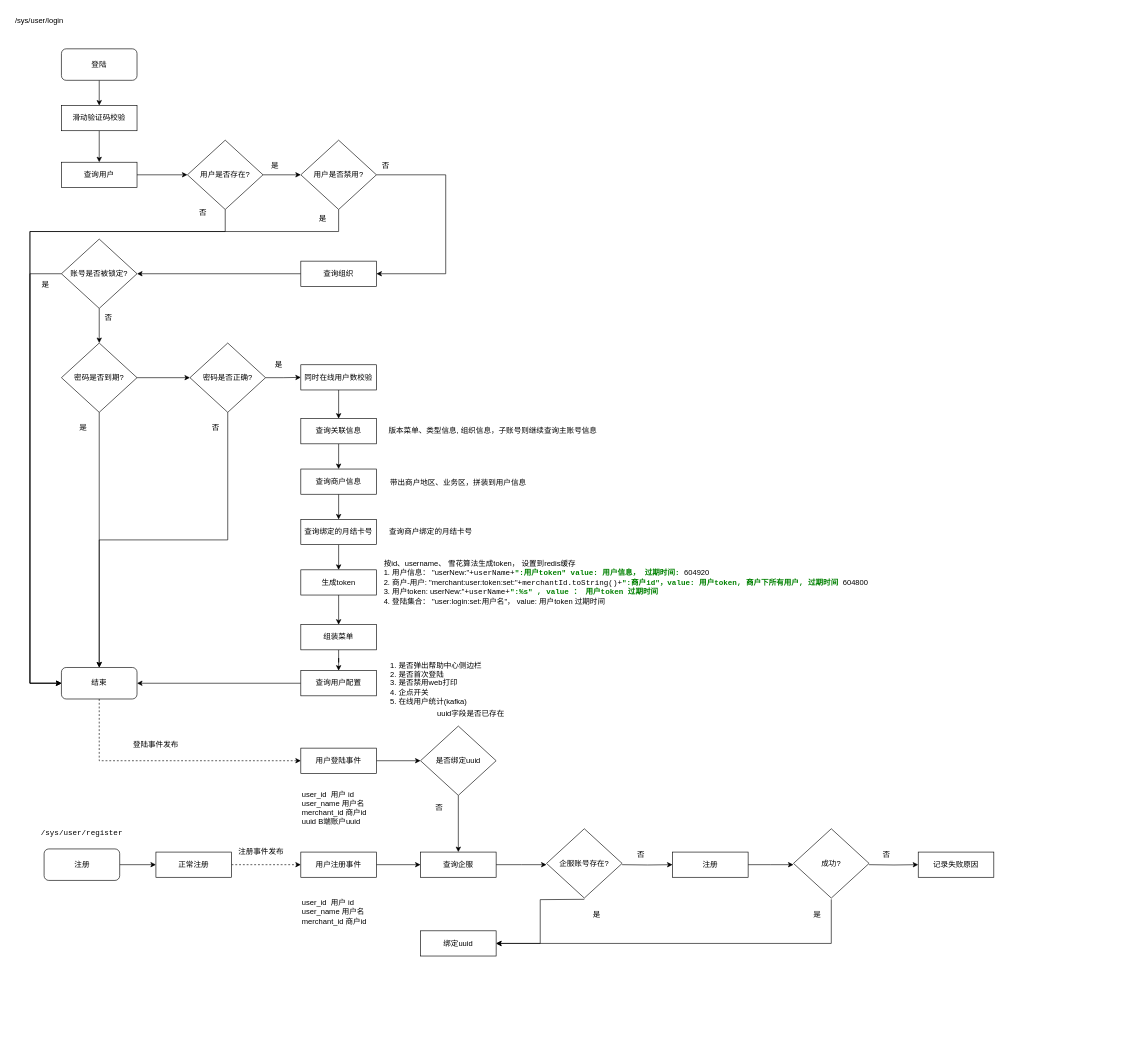
The draw.io diagram page "1.12" (13 of 13) of 导入.drawio in vvhard/draw_io, before the edit. Source tidied: cells renumbered, new cells numbered last; positions are measured from the earlier drawing's top-left corner, leaving out a move shared by most shapes. Both pictures are drawn from the tidied source at 63%, with x=0, y=0 at pixel (11, 11).
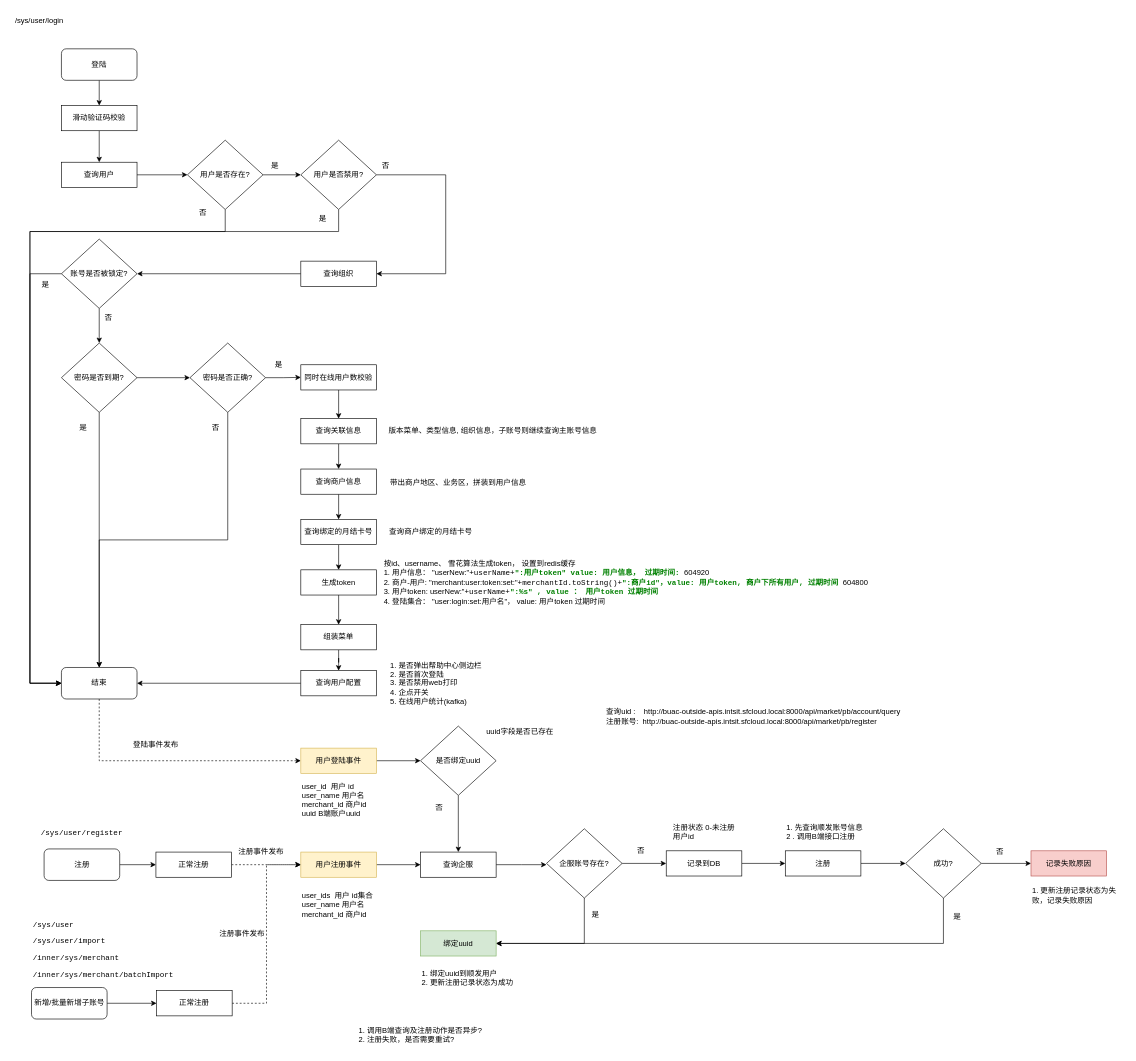
Above is the later version.

Unchanged cells that the change refers to:
```xml
<mxCell id="64" value="企服账号存在?" style="rhombus;whiteSpace=wrap;html=1;" parent="1" vertex="1">
  <mxGeometry x="850" y="1298" width="120" height="110" as="geometry" />
</mxCell>
```

Change to the diagram source:
```diff
@@
-    <mxCell id="57" value="用户登陆事件" style="rounded=0;whiteSpace=wrap;html=1;" parent="1" vertex="1">
+    <mxCell id="57" value="用户登陆事件" style="rounded=0;whiteSpace=wrap;html=1;fillColor=#fff2cc;strokeColor=#d6b656;" parent="1" vertex="1">
       <mxGeometry x="460" y="1170" width="120" height="40" as="geometry" />
     </mxCell>
@@
-    <mxCell id="62" style="edgeStyle=orthogonalEdgeStyle;rounded=0;jettySize=auto;html=1;" parent="1" edge="1" target="66">
-      <mxGeometry relative="1" as="geometry">
-        <mxPoint x="970" y="1355" as="sourcePoint" />
-      </mxGeometry>
-    </mxCell>
-    <mxCell id="63" style="edgeStyle=orthogonalEdgeStyle;rounded=0;jettySize=auto;html=1;entryX=1;entryY=0.5;entryDx=0;entryDy=0;exitX=0.5;exitY=1;exitDx=0;exitDy=0;" parent="1" edge="1" target="68">
+    <mxCell id="63" style="edgeStyle=orthogonalEdgeStyle;rounded=0;jettySize=auto;html=1;entryX=1;entryY=0.5;entryDx=0;entryDy=0;" parent="1" edge="1" source="64" target="68">
       <mxGeometry relative="1" as="geometry">
-        <mxPoint x="910" y="1410" as="sourcePoint" />
+        <Array as="points">
+          <mxPoint x="910" y="1480" />
+        </Array>
       </mxGeometry>
     </mxCell>
+    <mxCell id="89" style="edgeStyle=orthogonalEdgeStyle;rounded=0;jettySize=auto;html=1;" parent="1" edge="1" source="64" target="102">
+      <mxGeometry relative="1" as="geometry" />
+    </mxCell>
@@
-    <mxCell id="65" style="edgeStyle=orthogonalEdgeStyle;rounded=0;jettySize=auto;html=1;" parent="1" edge="1" source="66">
-      <mxGeometry relative="1" as="geometry">
-        <mxPoint x="1242" y="1355" as="targetPoint" />
-      </mxGeometry>
+    <mxCell id="65" style="edgeStyle=orthogonalEdgeStyle;rounded=0;jettySize=auto;html=1;entryX=0;entryY=0.5;entryDx=0;entryDy=0;" parent="1" edge="1" source="66" target="71">
+      <mxGeometry relative="1" as="geometry" />
     </mxCell>
     <mxCell id="66" value="注册" style="rounded=0;whiteSpace=wrap;html=1;" parent="1" vertex="1">
-      <mxGeometry x="1050" y="1335" width="120" height="40" as="geometry" />
+      <mxGeometry x="1229" y="1333" width="120" height="40" as="geometry" />
     </mxCell>
@@
-    <mxCell id="68" value="绑定uuid" style="rounded=0;whiteSpace=wrap;html=1;" parent="1" vertex="1">
+    <mxCell id="68" value="绑定uuid" style="rounded=0;whiteSpace=wrap;html=1;fillColor=#d5e8d4;strokeColor=#82b366;" parent="1" vertex="1">
       <mxGeometry x="650" y="1460" width="120" height="40" as="geometry" />
     </mxCell>
-    <mxCell id="69" style="edgeStyle=orthogonalEdgeStyle;rounded=0;jettySize=auto;html=1;entryX=1;entryY=0.5;entryDx=0;entryDy=0;exitX=0.5;exitY=1;exitDx=0;exitDy=0;" parent="1" edge="1" target="68">
-      <mxGeometry relative="1" as="geometry">
-        <mxPoint x="1302" y="1410" as="sourcePoint" />
-        <Array as="points">
-          <mxPoint x="1302" y="1480" />
-        </Array>
-      </mxGeometry>
-    </mxCell>
-    <mxCell id="70" style="edgeStyle=orthogonalEdgeStyle;rounded=0;jettySize=auto;html=1;entryX=0;entryY=0.5;entryDx=0;entryDy=0;" parent="1" edge="1" target="73">
-      <mxGeometry relative="1" as="geometry">
-        <mxPoint x="1362" y="1355" as="sourcePoint" />
-      </mxGeometry>
-    </mxCell>
+    <mxCell id="90" style="edgeStyle=orthogonalEdgeStyle;rounded=0;jettySize=auto;html=1;entryX=1;entryY=0.5;entryDx=0;entryDy=0;" parent="1" edge="1" source="71" target="68">
+      <mxGeometry relative="1" as="geometry">
+        <Array as="points">
+          <mxPoint x="1480" y="1480" />
+        </Array>
+      </mxGeometry>
+    </mxCell>
+    <mxCell id="91" style="edgeStyle=orthogonalEdgeStyle;rounded=0;jettySize=auto;html=1;entryX=0;entryY=0.5;entryDx=0;entryDy=0;" parent="1" edge="1" source="71" target="73">
+      <mxGeometry relative="1" as="geometry" />
+    </mxCell>
     <mxCell id="71" value="成功?" style="rhombus;whiteSpace=wrap;html=1;" parent="1" vertex="1">
-      <mxGeometry x="1242" y="1298" width="120" height="110" as="geometry" />
+      <mxGeometry x="1420" y="1298" width="120" height="110" as="geometry" />
     </mxCell>
     <mxCell id="72" value="否" style="text;html=1;strokeColor=none;fillColor=none;align=center;verticalAlign=middle;whiteSpace=wrap;rounded=0;" parent="1" vertex="1">
-      <mxGeometry x="980" y="1325" width="40" height="30" as="geometry" />
+      <mxGeometry x="980" y="1318" width="40" height="30" as="geometry" />
     </mxCell>
-    <mxCell id="73" value="记录失败原因" style="rounded=0;whiteSpace=wrap;html=1;" parent="1" vertex="1">
-      <mxGeometry x="1440" y="1335" width="120" height="40" as="geometry" />
+    <mxCell id="73" value="记录失败原因" style="rounded=0;whiteSpace=wrap;html=1;fillColor=#f8cecc;strokeColor=#b85450;" parent="1" vertex="1">
+      <mxGeometry x="1619" y="1333" width="120" height="40" as="geometry" />
     </mxCell>
     <mxCell id="74" value="否" style="text;html=1;strokeColor=none;fillColor=none;align=center;verticalAlign=middle;whiteSpace=wrap;rounded=0;" parent="1" vertex="1">
-      <mxGeometry x="1370" y="1325" width="40" height="30" as="geometry" />
+      <mxGeometry x="1550" y="1320" width="40" height="30" as="geometry" />
     </mxCell>
     <mxCell id="75" value="是" style="text;html=1;strokeColor=none;fillColor=none;align=center;verticalAlign=middle;whiteSpace=wrap;rounded=0;" parent="1" vertex="1">
-      <mxGeometry x="910" y="1420" width="40" height="30" as="geometry" />
+      <mxGeometry x="913" y="1420" width="30" height="30" as="geometry" />
     </mxCell>
     <mxCell id="76" value="是" style="text;html=1;strokeColor=none;fillColor=none;align=center;verticalAlign=middle;whiteSpace=wrap;rounded=0;" parent="1" vertex="1">
-      <mxGeometry x="1260" y="1420" width="40" height="30" as="geometry" />
+      <mxGeometry x="1482" y="1423" width="40" height="30" as="geometry" />
     </mxCell>
     <mxCell id="77" value="uuid字段是否已存在" style="text;html=1;strokeColor=none;fillColor=none;align=center;verticalAlign=middle;whiteSpace=wrap;rounded=0;" parent="1" vertex="1">
-      <mxGeometry x="665" y="1100" width="130" height="30" as="geometry" />
+      <mxGeometry x="743" y="1129" width="130" height="30" as="geometry" />
     </mxCell>
     <mxCell id="78" value="user_id&amp;nbsp; 用户 id&lt;br&gt;user_name 用户名&lt;br&gt;merchant_id 商户id&lt;br&gt;uuid B端账户uuid" style="text;html=1;strokeColor=none;fillColor=none;align=left;verticalAlign=middle;whiteSpace=wrap;rounded=0;" parent="1" vertex="1">
-      <mxGeometry x="460" y="1235" width="136" height="60" as="geometry" />
+      <mxGeometry x="460" y="1222" width="136" height="60" as="geometry" />
     </mxCell>
@@
-    <mxCell id="83" value="用户注册事件" style="rounded=0;whiteSpace=wrap;html=1;" parent="1" vertex="1">
+    <mxCell id="83" value="用户注册事件" style="rounded=0;whiteSpace=wrap;html=1;fillColor=#fff2cc;strokeColor=#d6b656;" parent="1" vertex="1">
       <mxGeometry x="460" y="1335" width="120" height="40" as="geometry" />
     </mxCell>
@@
-    <mxCell id="88" value="user_id&amp;nbsp; 用户 id&lt;br&gt;user_name 用户名&lt;br&gt;merchant_id 商户id" style="text;html=1;strokeColor=none;fillColor=none;align=left;verticalAlign=middle;whiteSpace=wrap;rounded=0;" parent="1" vertex="1">
-      <mxGeometry x="460" y="1400" width="127" height="60" as="geometry" />
+    <mxCell id="88" value="user_ids&amp;nbsp; 用户 id集合&lt;br&gt;user_name 用户名&lt;br&gt;merchant_id 商户id" style="text;html=1;strokeColor=none;fillColor=none;align=left;verticalAlign=middle;whiteSpace=wrap;rounded=0;" parent="1" vertex="1">
+      <mxGeometry x="460" y="1389" width="127" height="60" as="geometry" />
     </mxCell>
+    <mxCell id="92" style="edgeStyle=orthogonalEdgeStyle;rounded=0;jettySize=auto;html=1;entryX=0;entryY=0.5;entryDx=0;entryDy=0;" parent="1" edge="1" source="93" target="96">
+      <mxGeometry relative="1" as="geometry" />
+    </mxCell>
+    <mxCell id="93" value="新增/批量新增子账号" style="rounded=1;whiteSpace=wrap;html=1;" parent="1" vertex="1">
+      <mxGeometry x="32.5" y="1550" width="120" height="50" as="geometry" />
+    </mxCell>
+    <mxCell id="94" value="&lt;pre style=&quot;background-color: rgb(255, 255, 255); font-family: &amp;quot;Courier New&amp;quot;; font-size: 9pt;&quot;&gt;/sys/user&lt;/pre&gt;&lt;pre style=&quot;background-color: rgb(255, 255, 255); font-family: &amp;quot;Courier New&amp;quot;; font-size: 9pt;&quot;&gt;&lt;pre style=&quot;font-family: &amp;quot;Courier New&amp;quot;; font-size: 9pt;&quot;&gt;/sys/user/import&lt;/pre&gt;&lt;pre style=&quot;font-family: &amp;quot;Courier New&amp;quot;; font-size: 9pt;&quot;&gt;/inner/sys/merchant&lt;/pre&gt;&lt;pre style=&quot;font-family: &amp;quot;Courier New&amp;quot;; font-size: 9pt;&quot;&gt;/inner/sys/merchant/batchImport&lt;/pre&gt;&lt;/pre&gt;" style="text;html=1;strokeColor=none;fillColor=none;align=left;verticalAlign=middle;whiteSpace=wrap;rounded=0;" parent="1" vertex="1">
+      <mxGeometry x="32.5" y="1440" width="245" height="100" as="geometry" />
+    </mxCell>
+    <mxCell id="95" style="edgeStyle=orthogonalEdgeStyle;rounded=0;jettySize=auto;html=1;entryX=0;entryY=0.5;entryDx=0;entryDy=0;dashed=1;" parent="1" edge="1" source="96" target="83">
+      <mxGeometry relative="1" as="geometry" />
+    </mxCell>
+    <mxCell id="96" value="正常注册" style="rounded=0;whiteSpace=wrap;html=1;" parent="1" vertex="1">
+      <mxGeometry x="231" y="1555" width="120" height="40" as="geometry" />
+    </mxCell>
+    <mxCell id="97" value="注册事件发布" style="text;html=1;strokeColor=none;fillColor=none;align=center;verticalAlign=middle;whiteSpace=wrap;rounded=0;" parent="1" vertex="1">
+      <mxGeometry x="330" y="1450" width="74" height="30" as="geometry" />
+    </mxCell>
+    <mxCell id="98" value="查询uid :&amp;nbsp; &amp;nbsp; http://buac-outside-apis.intsit.sfcloud.local:8000/api/market/pb/account/query&lt;br&gt;注册账号:&amp;nbsp;&amp;nbsp;http://buac-outside-apis.intsit.sfcloud.local:8000/api/market/pb/register" style="text;html=1;strokeColor=none;fillColor=none;align=left;verticalAlign=middle;whiteSpace=wrap;rounded=0;" parent="1" vertex="1">
+      <mxGeometry x="943" y="1090" width="525" height="60" as="geometry" />
+    </mxCell>
+    <mxCell id="99" value="1. 绑定uuid到顺发用户&lt;br&gt;2. 更新注册记录状态为成功" style="text;html=1;strokeColor=none;fillColor=none;align=left;verticalAlign=middle;whiteSpace=wrap;rounded=0;" parent="1" vertex="1">
+      <mxGeometry x="650" y="1520" width="150" height="30" as="geometry" />
+    </mxCell>
+    <mxCell id="100" value="1. 更新注册记录状态为失败，记录失败原因" style="text;html=1;strokeColor=none;fillColor=none;align=left;verticalAlign=middle;whiteSpace=wrap;rounded=0;" parent="1" vertex="1">
+      <mxGeometry x="1619" y="1389" width="150" height="30" as="geometry" />
+    </mxCell>
+    <mxCell id="101" style="edgeStyle=orthogonalEdgeStyle;rounded=0;jettySize=auto;html=1;" parent="1" edge="1" source="102" target="66">
+      <mxGeometry relative="1" as="geometry" />
+    </mxCell>
+    <mxCell id="102" value="记录到DB" style="rounded=0;whiteSpace=wrap;html=1;" parent="1" vertex="1">
+      <mxGeometry x="1040" y="1333" width="120" height="40" as="geometry" />
+    </mxCell>
+    <mxCell id="103" value="&lt;div style=&quot;text-align: left;&quot;&gt;&lt;span style=&quot;background-color: initial;&quot;&gt;注册状态 0-未注册&lt;/span&gt;&lt;/div&gt;&lt;div style=&quot;text-align: left;&quot;&gt;&lt;span style=&quot;background-color: initial;&quot;&gt;用户id&lt;/span&gt;&lt;/div&gt;" style="text;html=1;strokeColor=none;fillColor=none;align=center;verticalAlign=middle;whiteSpace=wrap;rounded=0;" parent="1" vertex="1">
+      <mxGeometry x="1045" y="1288" width="110" height="30" as="geometry" />
+    </mxCell>
+    <mxCell id="104" value="&lt;div style=&quot;&quot;&gt;1. 先查询顺发账号信息&lt;/div&gt;&lt;div style=&quot;&quot;&gt;2 . 调用B端接口注册&lt;/div&gt;" style="text;html=1;strokeColor=none;fillColor=none;align=left;verticalAlign=middle;whiteSpace=wrap;rounded=0;" parent="1" vertex="1">
+      <mxGeometry x="1229" y="1288" width="156" height="30" as="geometry" />
+    </mxCell>
+    <mxCell id="105" value="1. 调用B端查询及注册动作是否异步?&lt;br&gt;2. 注册失败，是否需要重试?" style="text;html=1;strokeColor=none;fillColor=none;align=left;verticalAlign=middle;whiteSpace=wrap;rounded=0;" parent="1" vertex="1">
+      <mxGeometry x="550" y="1600" width="220" height="50" as="geometry" />
+    </mxCell>
```
